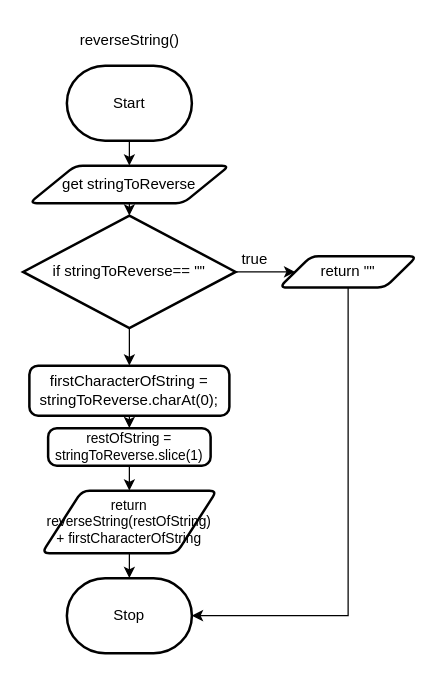
jakub-malhotra/ICS4U-Unit-3 keeps this draw.io diagram as 3-2/design/flowchart.drawio. Above is the earlier version. Source tidied: cells renumbered, new cells numbered last; positions are measured from the earlier drawing's top-left corner, leaving out a move shared by most shapes. Both pictures are drawn from the tidied source at 125%, with x=0, y=0 at pixel (22, 21).
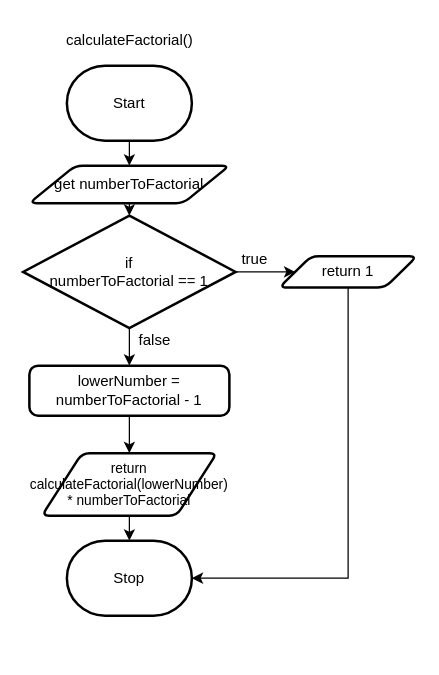
The same page after the edit.

Change to the diagram source:
```diff
@@
 <mxGraphModel>
   <root>
     <mxCell id="0" />
     <mxCell id="1" parent="0" />
     <mxCell id="2" style="edgeStyle=orthogonalEdgeStyle;html=1;exitX=0.5;exitY=1;exitDx=0;exitDy=0;exitPerimeter=0;rounded=0;" parent="1" edge="1" source="3" target="6">
       <mxGeometry relative="1" as="geometry" />
     </mxCell>
     <mxCell id="3" value="Start" style="strokeWidth=2;html=1;shape=mxgraph.flowchart.terminator;whiteSpace=wrap;" parent="1" vertex="1">
       <mxGeometry x="35" y="35" width="100" height="60" as="geometry" />
     </mxCell>
     <mxCell id="4" value="Stop" style="strokeWidth=2;html=1;shape=mxgraph.flowchart.terminator;whiteSpace=wrap;" parent="1" vertex="1">
-      <mxGeometry x="35" y="445" width="100" height="60" as="geometry" />
+      <mxGeometry x="35" y="415" width="100" height="60" as="geometry" />
     </mxCell>
     <mxCell id="5" style="edgeStyle=none;html=1;exitX=0.5;exitY=1;exitDx=0;exitDy=0;entryX=0.5;entryY=0;entryDx=0;entryDy=0;entryPerimeter=0;fontFamily=Helvetica;fontSize=12;fontColor=default;" parent="1" edge="1" source="6" target="10">
       <mxGeometry relative="1" as="geometry" />
     </mxCell>
-    <mxCell id="6" value="get stringToReverse" style="shape=parallelogram;html=1;strokeWidth=2;perimeter=parallelogramPerimeter;whiteSpace=wrap;rounded=1;arcSize=12;size=0.23;" parent="1" vertex="1">
+    <mxCell id="6" value="get numberToFactorial" style="shape=parallelogram;html=1;strokeWidth=2;perimeter=parallelogramPerimeter;whiteSpace=wrap;rounded=1;arcSize=12;size=0.23;" parent="1" vertex="1">
       <mxGeometry x="5" y="115" width="160" height="30" as="geometry" />
     </mxCell>
-    <mxCell id="7" value="reverseString()" style="text;html=1;align=center;verticalAlign=middle;strokeColor=none;fillColor=none;" parent="1" vertex="1">
-      <mxGeometry x="35" width="100" height="30" as="geometry" />
+    <mxCell id="7" value="calculateFactorial()" style="text;html=1;align=center;verticalAlign=middle;strokeColor=none;fillColor=none;" parent="1" vertex="1">
+      <mxGeometry x="20" width="130" height="30" as="geometry" />
     </mxCell>
     <mxCell id="8" style="edgeStyle=none;html=1;exitX=1;exitY=0.5;exitDx=0;exitDy=0;exitPerimeter=0;entryX=0;entryY=0.5;entryDx=0;entryDy=0;fontFamily=Helvetica;fontSize=12;fontColor=default;" parent="1" edge="1" source="10" target="12">
       <mxGeometry relative="1" as="geometry" />
     </mxCell>
     <mxCell id="9" style="edgeStyle=orthogonalEdgeStyle;shape=connector;rounded=0;html=1;exitX=0.5;exitY=1;exitDx=0;exitDy=0;exitPerimeter=0;entryX=0.5;entryY=0;entryDx=0;entryDy=0;labelBackgroundColor=default;strokeColor=default;fontFamily=Helvetica;fontSize=11;fontColor=default;endArrow=classic;" parent="1" edge="1" source="10" target="15">
       <mxGeometry relative="1" as="geometry" />
     </mxCell>
-    <mxCell id="10" value="if stringToReverse== &quot;&quot;" style="strokeWidth=2;html=1;shape=mxgraph.flowchart.decision;whiteSpace=wrap;rounded=1;strokeColor=default;fontFamily=Helvetica;fontSize=12;fontColor=default;fillColor=default;" parent="1" vertex="1">
+    <mxCell id="10" value="if &lt;br&gt;numberToFactorial == 1" style="strokeWidth=2;html=1;shape=mxgraph.flowchart.decision;whiteSpace=wrap;rounded=1;strokeColor=default;fontFamily=Helvetica;fontSize=12;fontColor=default;fillColor=default;" parent="1" vertex="1">
       <mxGeometry y="155" width="170" height="90" as="geometry" />
     </mxCell>
     <mxCell id="11" style="edgeStyle=orthogonalEdgeStyle;shape=connector;rounded=0;html=1;exitX=0.5;exitY=1;exitDx=0;exitDy=0;entryX=1;entryY=0.5;entryDx=0;entryDy=0;entryPerimeter=0;labelBackgroundColor=default;strokeColor=default;fontFamily=Helvetica;fontSize=11;fontColor=default;endArrow=classic;" parent="1" edge="1" source="12" target="4">
       <mxGeometry relative="1" as="geometry" />
     </mxCell>
-    <mxCell id="12" value="return &quot;&quot;" style="shape=parallelogram;html=1;strokeWidth=2;perimeter=parallelogramPerimeter;whiteSpace=wrap;rounded=1;arcSize=12;size=0.23;strokeColor=default;fontFamily=Helvetica;fontSize=12;fontColor=default;fillColor=default;" parent="1" vertex="1">
+    <mxCell id="12" value="return 1" style="shape=parallelogram;html=1;strokeWidth=2;perimeter=parallelogramPerimeter;whiteSpace=wrap;rounded=1;arcSize=12;size=0.23;strokeColor=default;fontFamily=Helvetica;fontSize=12;fontColor=default;fillColor=default;" parent="1" vertex="1">
       <mxGeometry x="205" y="187.5" width="110" height="25" as="geometry" />
     </mxCell>
     <mxCell id="13" value="true" style="text;html=1;align=center;verticalAlign=middle;strokeColor=none;fillColor=none;fontSize=12;fontFamily=Helvetica;fontColor=default;" parent="1" vertex="1">
       <mxGeometry x="165" y="175" width="40" height="30" as="geometry" />
     </mxCell>
-    <mxCell id="14" style="edgeStyle=orthogonalEdgeStyle;shape=connector;rounded=0;html=1;exitX=0.5;exitY=1;exitDx=0;exitDy=0;entryX=0.5;entryY=0;entryDx=0;entryDy=0;labelBackgroundColor=default;strokeColor=default;fontFamily=Helvetica;fontSize=11;fontColor=default;endArrow=classic;" parent="1" edge="1" source="15" target="17">
-      <mxGeometry relative="1" as="geometry" />
-    </mxCell>
+    <mxCell id="20" style="edgeStyle=none;html=1;exitX=0.5;exitY=1;exitDx=0;exitDy=0;entryX=0.5;entryY=0;entryDx=0;entryDy=0;" parent="1" edge="1" source="15" target="19">
+      <mxGeometry relative="1" as="geometry" />
+    </mxCell>
-    <mxCell id="15" value="firstCharacterOfString = stringToReverse.charAt(0);" style="rounded=1;whiteSpace=wrap;html=1;absoluteArcSize=1;arcSize=14;strokeWidth=2;strokeColor=default;fontFamily=Helvetica;fontSize=12;fontColor=default;fillColor=default;" parent="1" vertex="1">
+    <mxCell id="15" value="lowerNumber = numberToFactorial - 1" style="rounded=1;whiteSpace=wrap;html=1;absoluteArcSize=1;arcSize=14;strokeWidth=2;strokeColor=default;fontFamily=Helvetica;fontSize=12;fontColor=default;fillColor=default;" parent="1" vertex="1">
       <mxGeometry x="5" y="275" width="160" height="40" as="geometry" />
     </mxCell>
-    <mxCell id="16" style="edgeStyle=orthogonalEdgeStyle;shape=connector;rounded=0;html=1;exitX=0.5;exitY=1;exitDx=0;exitDy=0;entryX=0.5;entryY=0;entryDx=0;entryDy=0;labelBackgroundColor=default;strokeColor=default;fontFamily=Helvetica;fontSize=11;fontColor=default;endArrow=classic;" parent="1" edge="1" source="17" target="19">
-      <mxGeometry relative="1" as="geometry" />
-    </mxCell>
-    <mxCell id="17" value="restOfString = stringToReverse.slice(1)" style="rounded=1;whiteSpace=wrap;html=1;absoluteArcSize=1;arcSize=14;strokeWidth=2;strokeColor=default;fontFamily=Helvetica;fontSize=11;fontColor=default;fillColor=default;" parent="1" vertex="1">
-      <mxGeometry x="20" y="325" width="130" height="30" as="geometry" />
-    </mxCell>
     <mxCell id="18" style="edgeStyle=orthogonalEdgeStyle;shape=connector;rounded=0;html=1;exitX=0.5;exitY=1;exitDx=0;exitDy=0;entryX=0.5;entryY=0;entryDx=0;entryDy=0;entryPerimeter=0;labelBackgroundColor=default;strokeColor=default;fontFamily=Helvetica;fontSize=11;fontColor=default;endArrow=classic;" parent="1" edge="1" source="19" target="4">
       <mxGeometry relative="1" as="geometry" />
     </mxCell>
-    <mxCell id="19" value="return reverseString(restOfString) + firstCharacterOfString" style="shape=parallelogram;html=1;strokeWidth=2;perimeter=parallelogramPerimeter;whiteSpace=wrap;rounded=1;arcSize=12;size=0.23;strokeColor=default;fontFamily=Helvetica;fontSize=11;fontColor=default;fillColor=default;" parent="1" vertex="1">
-      <mxGeometry x="15" y="375" width="140" height="50" as="geometry" />
+    <mxCell id="19" value="return calculateFactorial(lowerNumber) * numberToFactorial" style="shape=parallelogram;html=1;strokeWidth=2;perimeter=parallelogramPerimeter;whiteSpace=wrap;rounded=1;arcSize=12;size=0.23;strokeColor=default;fontFamily=Helvetica;fontSize=11;fontColor=default;fillColor=default;" parent="1" vertex="1">
+      <mxGeometry x="15" y="345" width="140" height="50" as="geometry" />
     </mxCell>
+    <mxCell id="21" value="false" style="text;html=1;align=center;verticalAlign=middle;strokeColor=none;fillColor=none;" parent="1" vertex="1">
+      <mxGeometry x="80" y="240" width="50" height="30" as="geometry" />
+    </mxCell>
   </root>
 </mxGraphModel>
```
